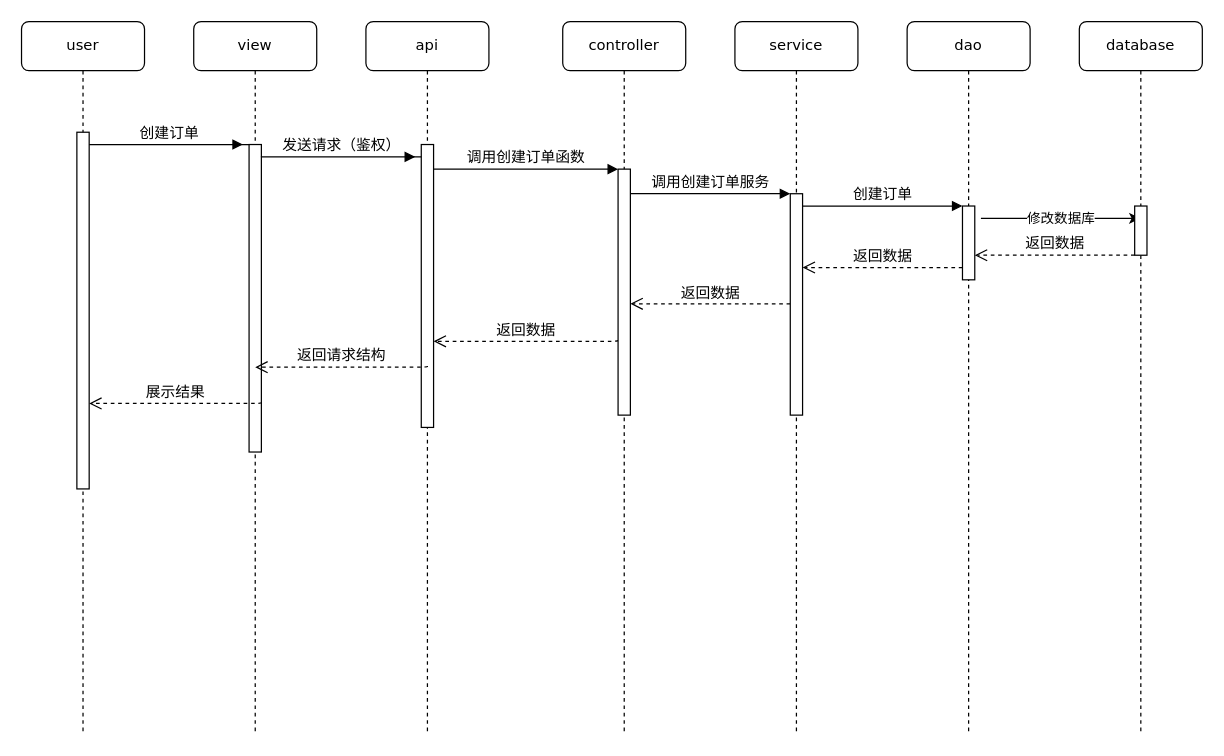
myjdml/drowio keeps this draw.io diagram as 毕业设计CQUPT/创建订单时序图.drawio. Above is the earlier version. Source tidied: cells renumbered, new cells numbered last; positions are measured from the earlier drawing's top-left corner, leaving out a move shared by most shapes. Both pictures are drawn from the tidied source at 123%, with x=0, y=0 at pixel (21, 21).
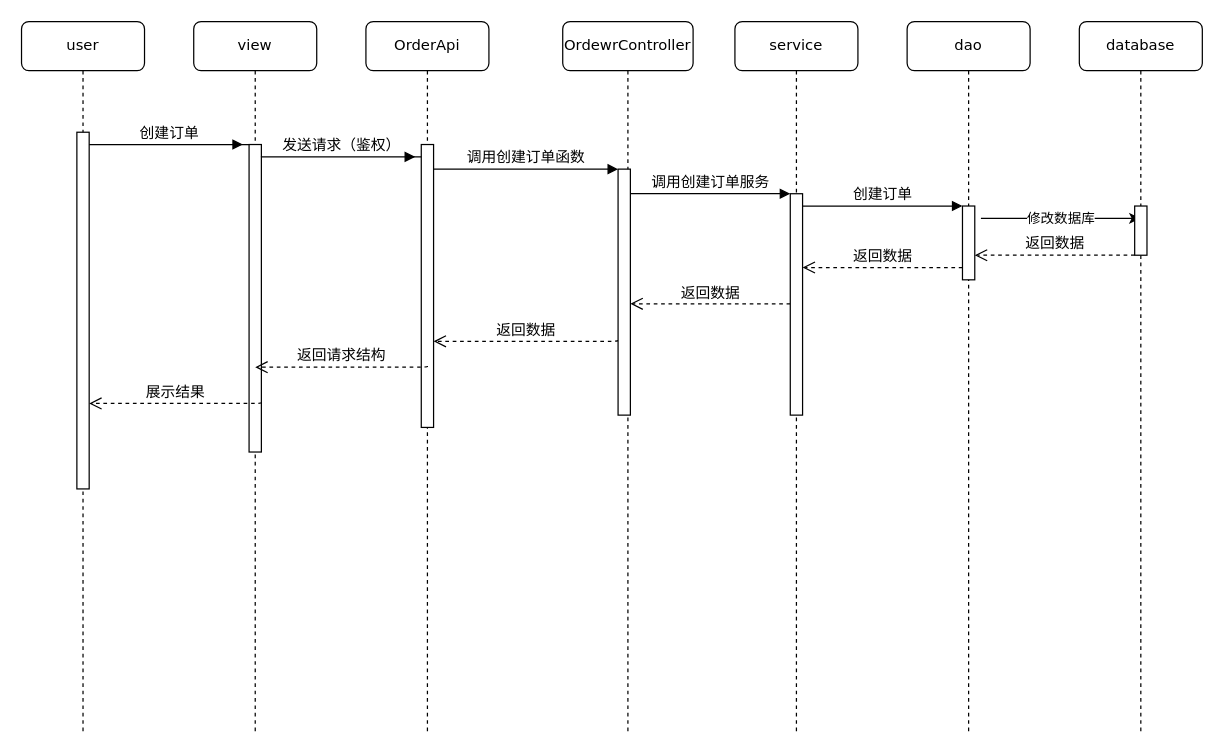
After the change.

Commit message:
更新创建订单时序图.drawio

Diff of the diagram source:
```diff
@@
-    <mxCell id="2" value="api" style="shape=umlLifeline;perimeter=lifelinePerimeter;whiteSpace=wrap;html=1;rounded=1;shadow=0;comic=0;labelBackgroundColor=none;strokeWidth=1;fontFamily=Verdana;fontSize=12;align=center;" parent="1" vertex="1">
+    <mxCell id="2" value="OrderApi" style="shape=umlLifeline;perimeter=lifelinePerimeter;whiteSpace=wrap;html=1;rounded=1;shadow=0;comic=0;labelBackgroundColor=none;strokeWidth=1;fontFamily=Verdana;fontSize=12;align=center;" parent="1" vertex="1">
       <mxGeometry x="280" width="100" height="580" as="geometry" />
     </mxCell>
@@
-    <mxCell id="5" value="controller" style="shape=umlLifeline;perimeter=lifelinePerimeter;whiteSpace=wrap;html=1;rounded=1;shadow=0;comic=0;labelBackgroundColor=none;strokeWidth=1;fontFamily=Verdana;fontSize=12;align=center;" parent="1" vertex="1">
-      <mxGeometry x="440" width="100" height="580" as="geometry" />
+    <mxCell id="5" value="OrdewrController" style="shape=umlLifeline;perimeter=lifelinePerimeter;whiteSpace=wrap;html=1;rounded=1;shadow=0;comic=0;labelBackgroundColor=none;strokeWidth=1;fontFamily=Verdana;fontSize=12;align=center;" parent="1" vertex="1">
+      <mxGeometry x="440" width="106" height="580" as="geometry" />
     </mxCell>
```
